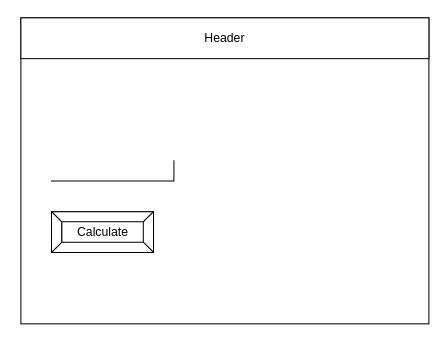
Before: design/story-board.drawio in Liya-Getachew/ICS2O-Assignment-5, a draw.io diagram. Source tidied: cells renumbered, new cells numbered last; positions are measured from the earlier drawing's top-left corner, leaving out a move shared by most shapes. Both pictures are drawn from the tidied source at 102%, with x=0, y=0 at pixel (20, 17).
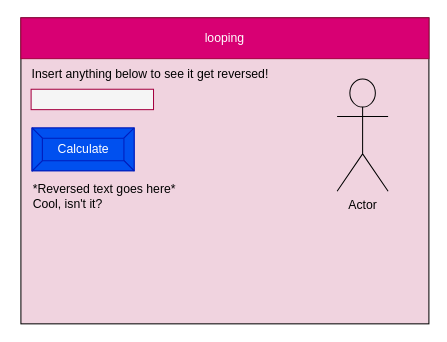
After the change.

Commit message (it also covers changes not shown here):
chart and board

Diff of the diagram source:
```diff
@@
 <mxGraphModel>
   <root>
     <mxCell id="0" />
     <mxCell id="1" parent="0" />
-    <mxCell id="2" style="rounded=0;whiteSpace=wrap;html=1;" parent="1" vertex="1">
+    <mxCell id="2" style="rounded=0;whiteSpace=wrap;html=1;fillColor=#F0D3DF;" parent="1" vertex="1">
       <mxGeometry width="400" height="300" as="geometry" />
     </mxCell>
-    <mxCell id="3" value="Header" style="rounded=0;whiteSpace=wrap;html=1;" parent="1" vertex="1">
+    <mxCell id="3" value="looping" style="rounded=0;whiteSpace=wrap;html=1;fillColor=#d80073;fontColor=#ffffff;strokeColor=#A50040;" parent="1" vertex="1">
       <mxGeometry width="400" height="40" as="geometry" />
     </mxCell>
-    <mxCell id="4" style="shape=partialRectangle;whiteSpace=wrap;html=1;top=0;left=0;fillColor=none;" parent="1" vertex="1">
-      <mxGeometry x="30" y="140" width="120" height="20" as="geometry" />
-    </mxCell>
-    <mxCell id="5" value="Calculate" style="labelPosition=center;verticalLabelPosition=middle;align=center;html=1;shape=mxgraph.basic.button;dx=10;" parent="1" vertex="1">
-      <mxGeometry x="30" y="190" width="100" height="40" as="geometry" />
+    <mxCell id="5" value="Calculate" style="labelPosition=center;verticalLabelPosition=middle;align=center;html=1;shape=mxgraph.basic.button;dx=10;fillColor=#0050ef;fontColor=#ffffff;strokeColor=#001DBC;" parent="1" vertex="1">
+      <mxGeometry x="11" y="108" width="100" height="42" as="geometry" />
     </mxCell>
+    <mxCell id="6" value="Actor" style="shape=umlActor;verticalLabelPosition=bottom;verticalAlign=top;html=1;fillColor=none;strokeColor=#000000;fontColor=#000000;" parent="1" vertex="1">
+      <mxGeometry x="310" y="60" width="50" height="110" as="geometry" />
+    </mxCell>
+    <mxCell id="7" value="Insert anything below to see it get reversed!" style="text;html=1;strokeColor=none;fillColor=none;align=center;verticalAlign=middle;whiteSpace=wrap;rounded=0;fontColor=#000000;" parent="1" vertex="1">
+      <mxGeometry x="-3" y="40" width="260" height="30" as="geometry" />
+    </mxCell>
+    <mxCell id="8" style="rounded=0;whiteSpace=wrap;html=1;fontColor=#ffffff;noLabel=1;fillColor=#F5F5F5;strokeColor=#A50040;" parent="1" vertex="1">
+      <mxGeometry x="10" y="70" width="120" height="20" as="geometry" />
+    </mxCell>
+    <mxCell id="9" value="*Reversed text goes here*&lt;br&gt;Cool, isn't it?" style="text;html=1;strokeColor=none;fillColor=none;align=left;verticalAlign=middle;whiteSpace=wrap;rounded=0;fontColor=#000000;" parent="1" vertex="1">
+      <mxGeometry x="10" y="160" width="200" height="30" as="geometry" />
+    </mxCell>
   </root>
 </mxGraphModel>
```
